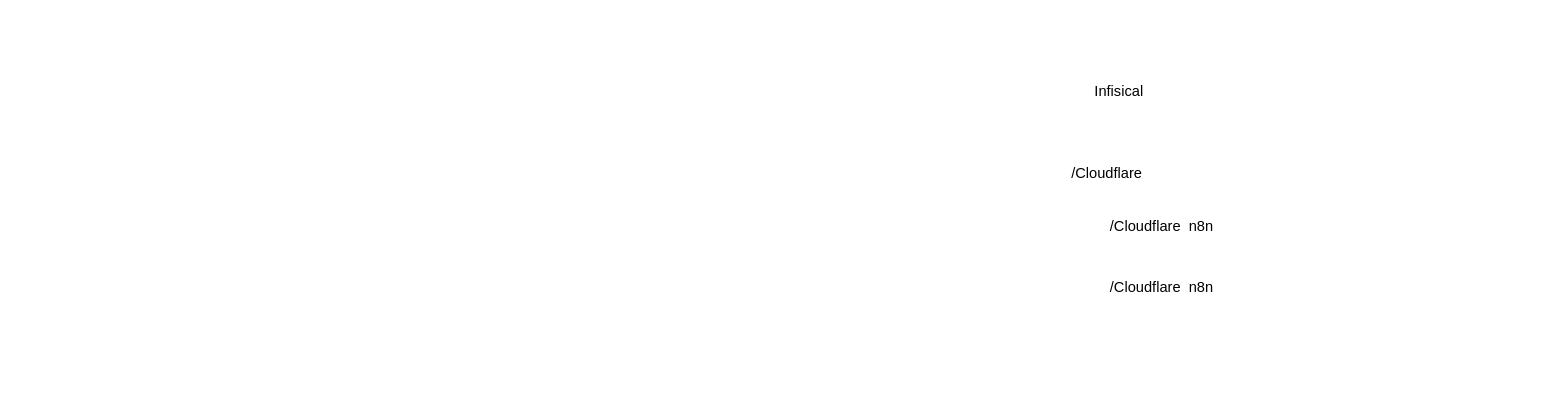
Earlier version of the draw.io diagram VM - CICD App Deployment/architecture.drawio (DoctorDatah/self-hosted-server-apps). Source tidied: cells renumbered, new cells numbered last; positions are measured from the earlier drawing's top-left corner, leaving out a move shared by most shapes. Both pictures are drawn from the tidied source at 122%, with x=0, y=0 at pixel (1070, 82).
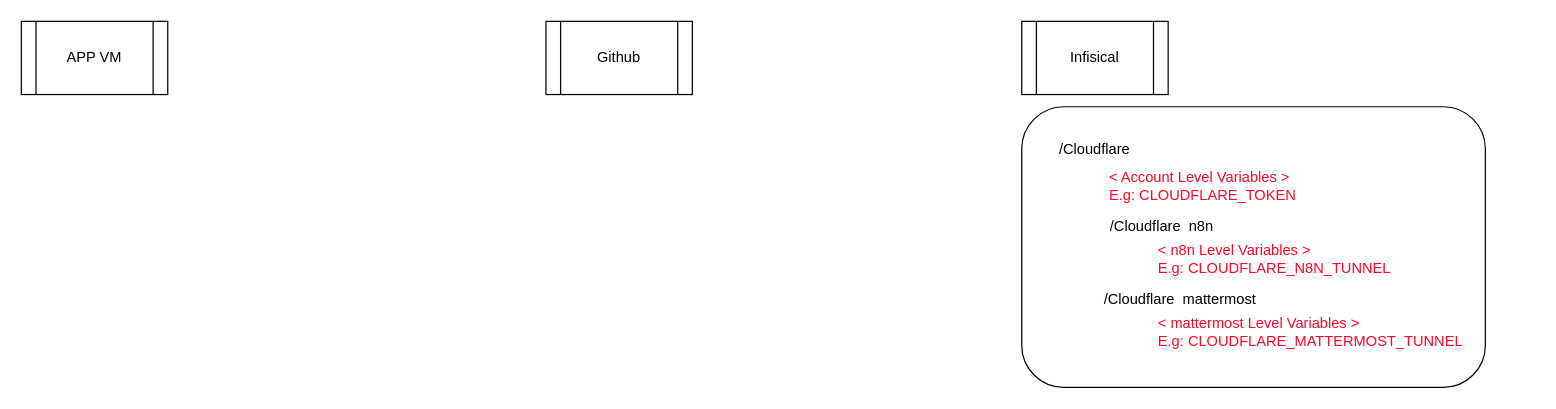
After the change.

What changed in the source:
```diff
@@
 <mxGraphModel>
   <root>
     <mxCell id="0" />
     <mxCell id="1" parent="0" />
-    <mxCell id="2" value="Infisical&lt;div&gt;&lt;br&gt;&lt;/div&gt;" style="text;html=1;whiteSpace=wrap;strokeColor=none;fillColor=none;align=center;verticalAlign=middle;rounded=0;" parent="1" vertex="1">
-      <mxGeometry x="10" width="60" height="30" as="geometry" />
-    </mxCell>
+    <mxCell id="6" style="rounded=1;whiteSpace=wrap;html=1;" parent="1" vertex="1">
+      <mxGeometry x="-40" y="20" width="380" height="230" as="geometry" />
+    </mxCell>
     <mxCell id="3" value="&lt;div&gt;/Cloudflare&lt;/div&gt;" style="text;html=1;whiteSpace=wrap;strokeColor=none;fillColor=none;align=center;verticalAlign=middle;rounded=0;" parent="1" vertex="1">
-      <mxGeometry y="60" width="60" height="30" as="geometry" />
+      <mxGeometry x="-10" y="40" width="60" height="30" as="geometry" />
     </mxCell>
     <mxCell id="4" value="&lt;div&gt;/Cloudflare &amp;nbsp;n8n&lt;/div&gt;&lt;div&gt;&lt;br&gt;&lt;/div&gt;" style="text;html=1;whiteSpace=wrap;strokeColor=none;fillColor=none;align=center;verticalAlign=middle;rounded=0;" parent="1" vertex="1">
       <mxGeometry x="30" y="110" width="90" height="30" as="geometry" />
     </mxCell>
-    <mxCell id="5" value="&lt;div&gt;/Cloudflare &amp;nbsp;n8n&lt;/div&gt;&lt;div&gt;&lt;br&gt;&lt;/div&gt;" style="text;html=1;whiteSpace=wrap;strokeColor=none;fillColor=none;align=center;verticalAlign=middle;rounded=0;" parent="1" vertex="1">
-      <mxGeometry x="30" y="160" width="90" height="30" as="geometry" />
+    <mxCell id="5" value="&lt;div&gt;/Cloudflare &amp;nbsp;mattermost&lt;/div&gt;&lt;div&gt;&lt;br&gt;&lt;/div&gt;" style="text;html=1;whiteSpace=wrap;strokeColor=none;fillColor=none;align=center;verticalAlign=middle;rounded=0;" parent="1" vertex="1">
+      <mxGeometry x="10" y="170" width="160" height="30" as="geometry" />
     </mxCell>
+    <mxCell id="7" value="&lt;span style=&quot;color: rgb(255, 5, 38);&quot;&gt;&amp;lt; Account Level Variables &amp;gt;&lt;/span&gt;&lt;div&gt;&lt;span style=&quot;color: rgb(255, 5, 38);&quot;&gt;E.g: CLOUDFLARE_TOKEN&lt;/span&gt;&lt;/div&gt;" style="text;html=1;whiteSpace=wrap;strokeColor=none;fillColor=none;align=left;verticalAlign=middle;rounded=0;" parent="1" vertex="1">
+      <mxGeometry x="30" y="70" width="170" height="30" as="geometry" />
+    </mxCell>
+    <mxCell id="8" value="&lt;span style=&quot;color: rgb(255, 5, 38);&quot;&gt;&amp;lt; n8n Level Variables &amp;gt;&lt;/span&gt;&lt;div&gt;&lt;span style=&quot;color: rgb(255, 5, 38);&quot;&gt;E.g: CLOUDFLARE_N8N_TUNNEL&amp;nbsp;&lt;/span&gt;&lt;/div&gt;" style="text;html=1;whiteSpace=wrap;strokeColor=none;fillColor=none;align=left;verticalAlign=middle;rounded=0;" parent="1" vertex="1">
+      <mxGeometry x="70" y="130" width="210" height="30" as="geometry" />
+    </mxCell>
+    <mxCell id="9" value="&lt;span style=&quot;color: rgb(255, 5, 38);&quot;&gt;&amp;lt; mattermost Level Variables &amp;gt;&lt;/span&gt;&lt;div&gt;&lt;span style=&quot;color: rgb(255, 5, 38);&quot;&gt;E.g: CLOUDFLARE_MATTERMOST&lt;/span&gt;&lt;span style=&quot;color: rgb(255, 5, 38);&quot;&gt;_TUNNEL&amp;nbsp;&lt;/span&gt;&lt;/div&gt;" style="text;html=1;whiteSpace=wrap;strokeColor=none;fillColor=none;align=left;verticalAlign=middle;rounded=0;" parent="1" vertex="1">
+      <mxGeometry x="70" y="190" width="310" height="30" as="geometry" />
+    </mxCell>
+    <mxCell id="2" value="Infisical" style="shape=process;whiteSpace=wrap;html=1;backgroundOutline=1;" parent="1" vertex="1">
+      <mxGeometry x="-40" y="-50" width="120" height="60" as="geometry" />
+    </mxCell>
+    <mxCell id="10" value="Github" style="shape=process;whiteSpace=wrap;html=1;backgroundOutline=1;" parent="1" vertex="1">
+      <mxGeometry x="-430" y="-50" width="120" height="60" as="geometry" />
+    </mxCell>
+    <mxCell id="11" value="APP VM" style="shape=process;whiteSpace=wrap;html=1;backgroundOutline=1;" parent="1" vertex="1">
+      <mxGeometry x="-860" y="-50" width="120" height="60" as="geometry" />
+    </mxCell>
   </root>
 </mxGraphModel>
```
